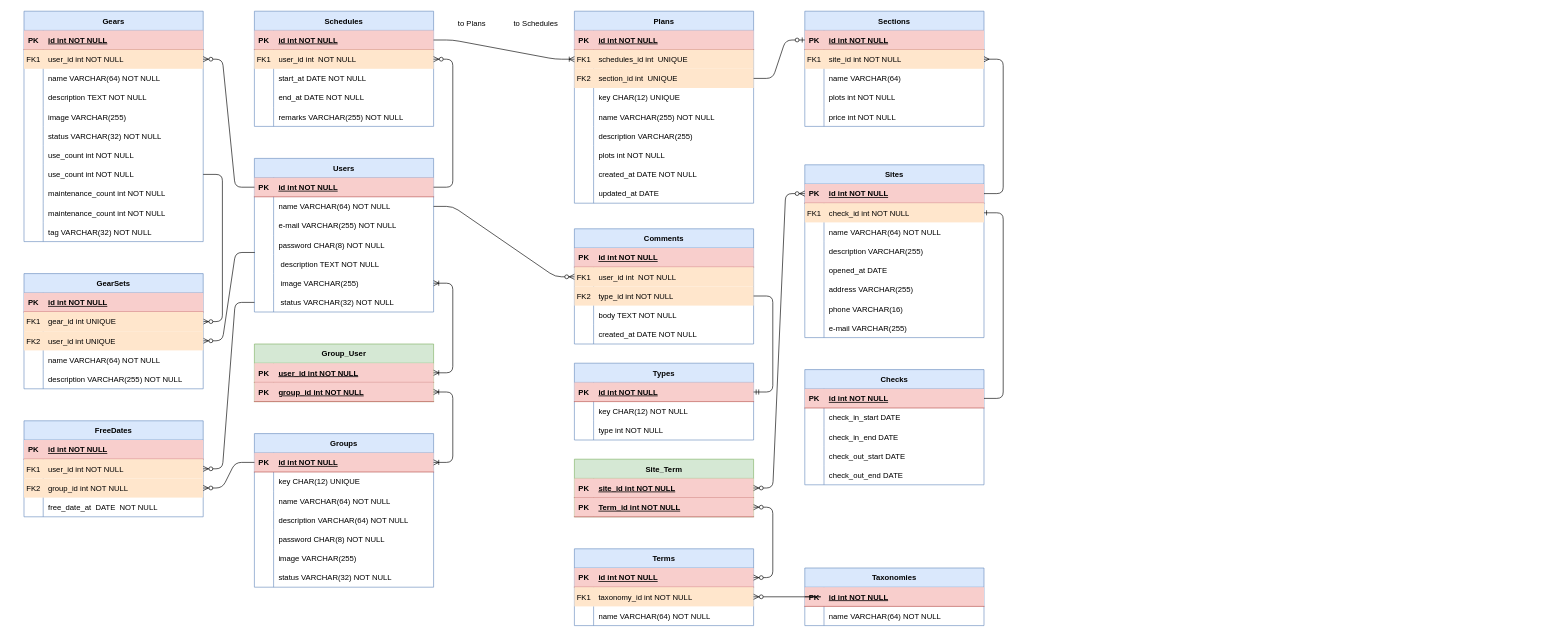
Before: Untitled Diagram.drawio in tty128/camp-manage-app, a draw.io diagram. Source tidied: cells renumbered, new cells numbered last; positions are measured from the earlier drawing's top-left corner, leaving out a move shared by most shapes. Both pictures are drawn from the tidied source at 64%, with x=0, y=0 at pixel (24, 11).
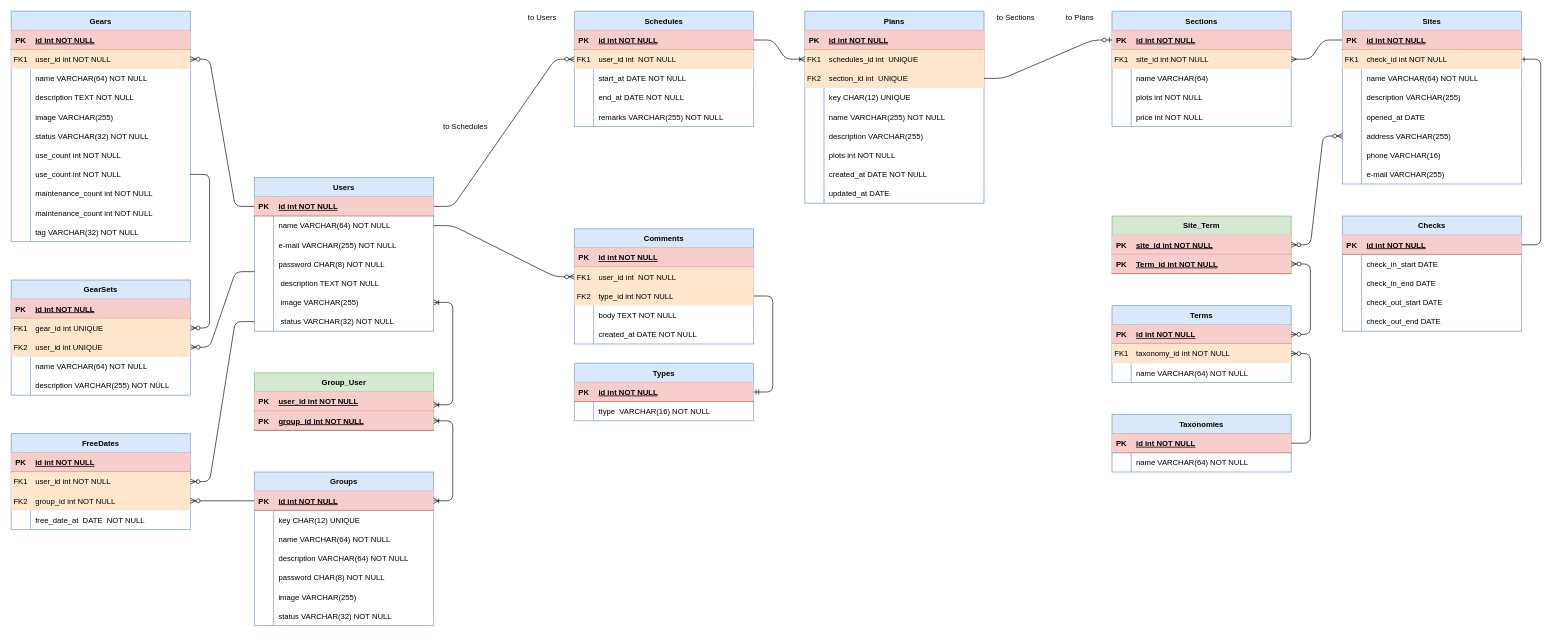
The same page after the edit.

The change refers to these unchanged cells:
```xml
<mxCell id="3" style="shape=partialRectangle;fillColor=#f8cecc;points=[[0,0.5],[1,0.5]];portConstraint=eastwest;top=0;left=0;right=0;bottom=1;strokeColor=#b85450;" parent="2" vertex="1">
  <mxGeometry y="30" width="280" height="30" as="geometry" />
</mxCell>
<mxCell id="18" style="shape=partialRectangle;fillColor=none;points=[[0,0.5],[1,0.5]];portConstraint=eastwest;top=0;left=0;right=0;bottom=0;" parent="2" vertex="1">
  <mxGeometry y="180" width="280" height="30" as="geometry" />
</mxCell>
<mxCell id="47" style="shape=partialRectangle;fillColor=#f8cecc;points=[[0,0.5],[1,0.5]];portConstraint=eastwest;top=0;left=0;right=0;bottom=1;strokeColor=#b85450;" parent="46" vertex="1">
  <mxGeometry y="30" width="280" height="30" as="geometry" />
</mxCell>
<mxCell id="56" style="shape=partialRectangle;fillColor=#f8cecc;points=[[0,0.5],[1,0.5]];portConstraint=eastwest;top=0;left=0;right=0;bottom=1;strokeColor=#b85450;" parent="55" vertex="1">
  <mxGeometry y="30" width="280" height="30" as="geometry" />
</mxCell>
<mxCell id="71" style="shape=partialRectangle;fillColor=none;points=[[0,0.5],[1,0.5]];portConstraint=eastwest;top=0;left=0;right=0;bottom=0;" parent="55" vertex="1">
  <mxGeometry y="180" width="280" height="30" as="geometry" />
</mxCell>
<mxCell id="84" style="shape=partialRectangle;fillColor=#ffe6cc;points=[[0,0.5],[1,0.5]];portConstraint=eastwest;top=0;left=0;right=0;bottom=0;strokeColor=#d79b00;" parent="80" vertex="1">
  <mxGeometry y="60" width="280" height="30" as="geometry" />
</mxCell>
<mxCell id="117" style="shape=partialRectangle;fillColor=#ffe6cc;points=[[0,0.5],[1,0.5]];portConstraint=eastwest;top=0;left=0;right=0;bottom=0;strokeColor=#d79b00;" parent="113" vertex="1">
  <mxGeometry y="60" width="280" height="30" as="geometry" />
</mxCell>
<mxCell id="131" style="shape=partialRectangle;fillColor=#f8cecc;points=[[0,0.5],[1,0.5]];portConstraint=eastwest;top=0;left=0;right=0;bottom=1;strokeColor=#b85450;" parent="130" vertex="1">
  <mxGeometry y="30" width="280" height="30" as="geometry" />
</mxCell>
<mxCell id="141" style="shape=partialRectangle;fillColor=#ffe6cc;points=[[0,0.5],[1,0.5]];portConstraint=eastwest;top=0;left=0;right=0;bottom=0;strokeColor=#d79b00;" parent="137" vertex="1">
  <mxGeometry y="60" width="280" height="30" as="geometry" />
</mxCell>
<mxCell id="149" style="shape=partialRectangle;fillColor=#f8cecc;points=[[0,0.5],[1,0.5]];portConstraint=eastwest;top=0;left=0;right=0;bottom=1;strokeColor=#b85450;" parent="148" vertex="1">
  <mxGeometry y="30" width="280" height="30" as="geometry" />
</mxCell>
<mxCell id="279" style="shape=partialRectangle;fillColor=none;top=0;left=0;right=0;bottom=0;" parent="275" vertex="1">
  <mxGeometry y="60" width="280" height="30" as="geometry" />
</mxCell>
```

What changed in the source:
```diff
@@
     <mxCell id="2" value="Users" style="shape=table;startSize=30;childLayout=tableLayout;rowLines=0;fontStyle=1;align=center;fillColor=#dae8fc;strokeColor=#6c8ebf;" parent="1" vertex="1">
-      <mxGeometry x="360" y="230" width="280" height="240" as="geometry" />
+      <mxGeometry x="360" y="260" width="280" height="240" as="geometry" />
     </mxCell>
@@
     <mxCell id="24" value="Groups" style="shape=table;startSize=30;childLayout=tableLayout;rowLines=0;fontStyle=1;align=center;fillColor=#dae8fc;strokeColor=#6c8ebf;" parent="1" vertex="1">
-      <mxGeometry x="360" y="660" width="280" height="240" as="geometry" />
+      <mxGeometry x="360" y="720" width="280" height="240" as="geometry" />
     </mxCell>
@@
     <mxCell id="46" value="Group_User" style="shape=table;startSize=30;childLayout=tableLayout;rowLines=0;fontStyle=1;align=center;fillColor=#d5e8d4;strokeColor=#82b366;" parent="1" vertex="1">
-      <mxGeometry x="360" y="520" width="280" height="90" as="geometry" />
+      <mxGeometry x="360" y="565" width="280" height="90" as="geometry" />
     </mxCell>
@@
-    <mxCell id="54" style="edgeStyle=entityRelationEdgeStyle;fontSize=12;html=1;endArrow=ERoneToMany;startArrow=ERoneToMany;entryX=1;entryY=0.5;entryDx=0;entryDy=0;" parent="1" edge="1" target="18">
-      <mxGeometry relative="1" as="geometry">
-        <mxPoint x="640" y="565" as="sourcePoint" />
-      </mxGeometry>
+    <mxCell id="54" style="edgeStyle=entityRelationEdgeStyle;fontSize=12;html=1;endArrow=ERoneToMany;startArrow=ERoneToMany;entryX=1;entryY=0.5;entryDx=0;entryDy=0;exitX=1;exitY=0.667;exitDx=0;exitDy=0;exitPerimeter=0;" parent="1" edge="1" source="47" target="18">
+      <mxGeometry relative="1" as="geometry" />
     </mxCell>
     <mxCell id="55" value="Sites" style="shape=table;startSize=30;childLayout=tableLayout;rowLines=0;fontStyle=1;align=center;fillColor=#dae8fc;strokeColor=#6c8ebf;" parent="1" vertex="1">
-      <mxGeometry x="1220" y="240" width="280" height="270" as="geometry" />
+      <mxGeometry x="2060" width="280" height="270" as="geometry" />
     </mxCell>
@@
     <mxCell id="80" value="Schedules" style="shape=table;startSize=30;childLayout=tableLayout;rowLines=0;fontStyle=1;align=center;fillColor=#dae8fc;strokeColor=#6c8ebf;" parent="1" vertex="1">
-      <mxGeometry x="360" width="280" height="180" as="geometry" />
+      <mxGeometry x="860" width="280" height="180" as="geometry" />
     </mxCell>
@@
     <mxCell id="96" value="Checks" style="shape=table;startSize=30;childLayout=tableLayout;rowLines=0;fontStyle=1;align=center;fillColor=#dae8fc;strokeColor=#6c8ebf;" parent="1" vertex="1">
-      <mxGeometry x="1220" y="560" width="280" height="180" as="geometry" />
+      <mxGeometry x="2060" y="320" width="280" height="180" as="geometry" />
     </mxCell>
@@
     <mxCell id="113" value="Sections" style="shape=table;startSize=30;childLayout=tableLayout;rowLines=0;fontStyle=1;align=center;fillColor=#dae8fc;strokeColor=#6c8ebf;" parent="1" vertex="1">
-      <mxGeometry x="1220" width="280" height="180" as="geometry" />
+      <mxGeometry x="1700" width="280" height="180" as="geometry" />
     </mxCell>
@@
-    <mxCell id="129" style="edgeStyle=entityRelationEdgeStyle;fontSize=12;html=1;endArrow=ERmany;entryX=1;entryY=0.5;entryDx=0;entryDy=0;exitX=1;exitY=0.5;exitDx=0;exitDy=0;" parent="1" edge="1" source="56" target="117">
+    <mxCell id="129" style="edgeStyle=entityRelationEdgeStyle;fontSize=12;html=1;endArrow=ERmany;entryX=1;entryY=0.5;entryDx=0;entryDy=0;exitX=0;exitY=0.5;exitDx=0;exitDy=0;" parent="1" edge="1" source="56" target="117">
       <mxGeometry relative="1" as="geometry" />
     </mxCell>
     <mxCell id="130" value="Taxonomies" style="shape=table;startSize=30;childLayout=tableLayout;rowLines=0;fontStyle=1;align=center;fillColor=#dae8fc;strokeColor=#6c8ebf;" parent="1" vertex="1">
-      <mxGeometry x="1220" y="870" width="280" height="90" as="geometry" />
+      <mxGeometry x="1700" y="630" width="280" height="90" as="geometry" />
     </mxCell>
@@
     <mxCell id="137" value="Terms" style="shape=table;startSize=30;childLayout=tableLayout;rowLines=0;fontStyle=1;align=center;fillColor=#dae8fc;strokeColor=#6c8ebf;" parent="1" vertex="1">
-      <mxGeometry x="860" y="840" width="280" height="120" as="geometry" />
+      <mxGeometry x="1700" y="460" width="280" height="120" as="geometry" />
     </mxCell>
@@
-    <mxCell id="147" style="edgeStyle=entityRelationEdgeStyle;fontSize=12;html=1;endArrow=ERzeroToMany;endFill=1;entryX=1;entryY=0.5;entryDx=0;entryDy=0;" parent="1" edge="1" target="141">
-      <mxGeometry relative="1" as="geometry">
-        <mxPoint x="1220" y="915" as="sourcePoint" />
-      </mxGeometry>
+    <mxCell id="147" style="edgeStyle=entityRelationEdgeStyle;fontSize=12;html=1;endArrow=ERzeroToMany;endFill=1;entryX=1;entryY=0.5;entryDx=0;entryDy=0;exitX=1;exitY=0.5;exitDx=0;exitDy=0;" parent="1" edge="1" source="131" target="141">
+      <mxGeometry relative="1" as="geometry" />
     </mxCell>
     <mxCell id="148" value="Site_Term" style="shape=table;startSize=30;childLayout=tableLayout;rowLines=0;fontStyle=1;align=center;fillColor=#d5e8d4;strokeColor=#82b366;" parent="1" vertex="1">
-      <mxGeometry x="860" y="700" width="280" height="90" as="geometry" />
+      <mxGeometry x="1700" y="320" width="280" height="90" as="geometry" />
     </mxCell>
@@
-    <mxCell id="156" style="edgeStyle=entityRelationEdgeStyle;fontSize=12;html=1;endArrow=ERzeroToMany;endFill=1;startArrow=ERzeroToMany;exitX=1;exitY=0.5;exitDx=0;exitDy=0;entryX=0;entryY=0.5;entryDx=0;entryDy=0;" parent="1" edge="1" source="149" target="56">
+    <mxCell id="156" style="edgeStyle=entityRelationEdgeStyle;fontSize=12;html=1;endArrow=ERzeroToMany;endFill=1;startArrow=ERzeroToMany;exitX=1;exitY=0.5;exitDx=0;exitDy=0;entryX=0;entryY=0.5;entryDx=0;entryDy=0;" parent="1" edge="1" source="149" target="71">
       <mxGeometry relative="1" as="geometry" />
     </mxCell>
     <mxCell id="157" value="Gears" style="shape=table;startSize=30;childLayout=tableLayout;rowLines=0;fontStyle=1;align=center;fillColor=#dae8fc;strokeColor=#6c8ebf;" parent="1" vertex="1">
-      <mxGeometry width="280" height="360" as="geometry" />
+      <mxGeometry x="-20" width="280" height="360" as="geometry" />
     </mxCell>
@@
     <mxCell id="191" value="Plans" style="shape=table;startSize=30;childLayout=tableLayout;rowLines=0;fontStyle=1;align=center;fillColor=#dae8fc;strokeColor=#6c8ebf;" parent="1" vertex="1">
-      <mxGeometry x="860" width="280" height="300" as="geometry" />
+      <mxGeometry x="1220" width="280" height="300" as="geometry" />
     </mxCell>
@@
-    <mxCell id="221" style="edgeStyle=entityRelationEdgeStyle;fontSize=12;html=1;endArrow=ERzeroToMany;endFill=1;exitX=1;exitY=0.5;exitDx=0;exitDy=0;entryX=1;entryY=0.5;entryDx=0;entryDy=0;" parent="1" edge="1" source="3" target="84">
+    <mxCell id="221" style="edgeStyle=entityRelationEdgeStyle;fontSize=12;html=1;endArrow=ERzeroToMany;endFill=1;exitX=1;exitY=0.5;exitDx=0;exitDy=0;entryX=0;entryY=0.5;entryDx=0;entryDy=0;" parent="1" edge="1" source="3" target="84">
       <mxGeometry relative="1" as="geometry" />
     </mxCell>
-    <mxCell id="222" value="to Plans" style="text;html=1;strokeColor=none;fillColor=none;align=center;verticalAlign=middle;whiteSpace=wrap;overflow=hidden;" parent="1" vertex="1">
-      <mxGeometry x="660" y="10" width="80" height="20" as="geometry" />
+    <mxCell id="222" value="to Users" style="text;html=1;strokeColor=none;fillColor=none;align=center;verticalAlign=middle;whiteSpace=wrap;overflow=hidden;" parent="1" vertex="1">
+      <mxGeometry x="770" width="80" height="20" as="geometry" />
     </mxCell>
     <mxCell id="223" value="to Schedules" style="text;html=1;strokeColor=none;fillColor=none;align=center;verticalAlign=middle;whiteSpace=wrap;overflow=hidden;" parent="1" vertex="1">
-      <mxGeometry x="760" y="10" width="80" height="20" as="geometry" />
+      <mxGeometry x="650" y="170" width="80" height="20" as="geometry" />
     </mxCell>
     <mxCell id="224" value="FreeDates" style="shape=table;startSize=30;childLayout=tableLayout;rowLines=0;fontStyle=1;align=center;fillColor=#dae8fc;strokeColor=#6c8ebf;" parent="1" vertex="1">
-      <mxGeometry y="640" width="280" height="150" as="geometry" />
+      <mxGeometry x="-20" y="660" width="280" height="150" as="geometry" />
     </mxCell>
@@
     <mxCell id="258" value="GearSets" style="shape=table;startSize=30;childLayout=tableLayout;rowLines=0;fontStyle=1;align=center;fillColor=#dae8fc;strokeColor=#6c8ebf;" parent="1" vertex="1">
-      <mxGeometry y="410" width="280" height="180" as="geometry" />
+      <mxGeometry x="-20" y="420" width="280" height="180" as="geometry" />
     </mxCell>
@@
     <mxCell id="275" value="Types" style="shape=table;startSize=30;childLayout=tableLayout;rowLines=0;fontStyle=1;align=center;fillColor=#dae8fc;strokeColor=#6c8ebf;" parent="1" vertex="1">
-      <mxGeometry x="860" y="550" width="280" height="120" as="geometry" />
+      <mxGeometry x="860" y="550" width="280" height="90" as="geometry" />
     </mxCell>
@@
-    <mxCell id="281" value="key CHAR(12) NOT NULL" style="shape=partialRectangle;overflow=hidden;fillColor=none;top=0;left=0;bottom=0;right=0;align=left;spacingLeft=6;" parent="279" vertex="1">
+    <mxCell id="281" value="ttype  VARCHAR(16) NOT NULL" style="shape=partialRectangle;overflow=hidden;fillColor=none;top=0;left=0;bottom=0;right=0;align=left;spacingLeft=6;" parent="279" vertex="1">
       <mxGeometry x="30" width="250" height="30" as="geometry" />
     </mxCell>
-    <mxCell id="282" style="shape=partialRectangle;fillColor=none;top=0;left=0;right=0;bottom=0;" parent="275" vertex="1">
-      <mxGeometry y="90" width="280" height="30" as="geometry" />
-    </mxCell>
-    <mxCell id="283" style="shape=partialRectangle;overflow=hidden;fillColor=none;top=0;left=0;bottom=0;right=0;" parent="282" vertex="1">
-      <mxGeometry width="30" height="30" as="geometry" />
-    </mxCell>
-    <mxCell id="284" value="type int NOT NULL" style="shape=partialRectangle;overflow=hidden;fillColor=none;top=0;left=0;bottom=0;right=0;align=left;spacingLeft=6;" parent="282" vertex="1">
-      <mxGeometry x="30" width="250" height="30" as="geometry" />
-    </mxCell>
@@
+    <mxCell id="286" value="to Plans" style="text;html=1;strokeColor=none;fillColor=none;align=center;verticalAlign=middle;whiteSpace=wrap;overflow=hidden;" parent="1" vertex="1">
+      <mxGeometry x="1610" width="80" height="20" as="geometry" />
+    </mxCell>
+    <mxCell id="287" value="to Sections" style="text;html=1;strokeColor=none;fillColor=none;align=center;verticalAlign=middle;whiteSpace=wrap;overflow=hidden;" parent="1" vertex="1">
+      <mxGeometry x="1510" width="80" height="20" as="geometry" />
+    </mxCell>
```
